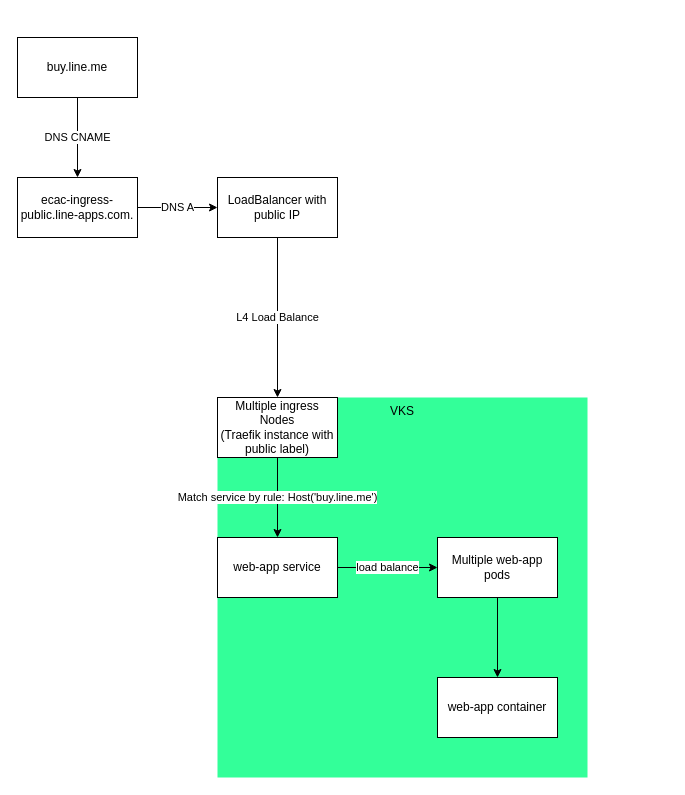
Earlier version of the draw.io diagram ecac_vks_network.drawio (Asing1001/system-diagrams). Source tidied: cells renumbered, new cells numbered last; positions are measured from the earlier drawing's top-left corner, leaving out a move shared by most shapes. Both pictures are drawn from the tidied source at 100%, with x=0, y=0 at pixel (17, 37).
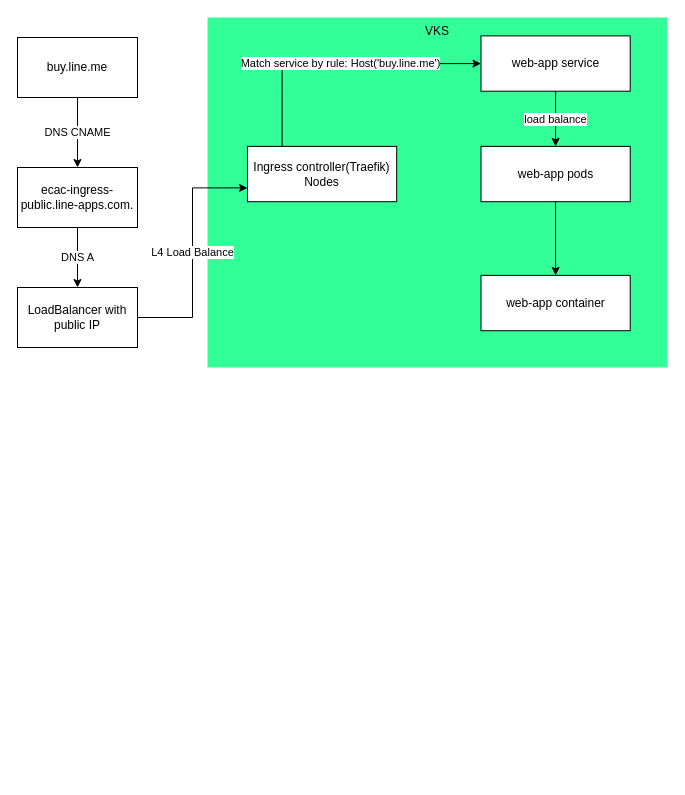
Above is the later version.

What changed in the source:
```diff
@@
 <mxGraphModel>
   <root>
     <mxCell id="0" />
     <mxCell id="1" parent="0" />
     <mxCell id="2" value="DNS A" style="edgeStyle=orthogonalEdgeStyle;rounded=0;jettySize=auto;html=1;" parent="1" edge="1" source="3" target="7">
       <mxGeometry relative="1" as="geometry" />
     </mxCell>
     <mxCell id="3" value="ecac-ingress-public.line-apps.com." style="rounded=0;whiteSpace=wrap;html=1;" parent="1" vertex="1">
-      <mxGeometry y="140" width="120" height="60" as="geometry" />
+      <mxGeometry y="130" width="120" height="60" as="geometry" />
     </mxCell>
     <mxCell id="4" value="DNS CNAME" style="edgeStyle=orthogonalEdgeStyle;rounded=0;jettySize=auto;html=1;" parent="1" edge="1" source="5" target="3">
       <mxGeometry relative="1" as="geometry" />
     </mxCell>
     <mxCell id="5" value="buy.line.me" style="rounded=0;whiteSpace=wrap;html=1;" parent="1" vertex="1">
       <mxGeometry width="120" height="60" as="geometry" />
     </mxCell>
-    <mxCell id="6" value="L4 Load Balance" style="edgeStyle=orthogonalEdgeStyle;rounded=0;jettySize=auto;html=1;" parent="1" edge="1" source="7" target="9">
-      <mxGeometry relative="1" as="geometry" />
-    </mxCell>
     <mxCell id="7" value="LoadBalancer with public IP" style="rounded=0;whiteSpace=wrap;html=1;" parent="1" vertex="1">
-      <mxGeometry x="200" y="140" width="120" height="60" as="geometry" />
+      <mxGeometry y="250" width="120" height="60" as="geometry" />
     </mxCell>
     <mxCell id="8" value="VKS" style="group;fillColor=#33FF99;rounded=0;shadow=0;comic=0;glass=0;" parent="1" vertex="1">
-      <mxGeometry x="200" y="360" width="370" height="380" as="geometry" />
+      <mxGeometry x="190" y="-20" width="460" height="350" as="geometry" />
     </mxCell>
-    <mxCell id="9" value="Multiple ingress Nodes &lt;br&gt;(Traefik instance with public label)" style="rounded=0;whiteSpace=wrap;html=1;" parent="8" vertex="1">
-      <mxGeometry width="120" height="60" as="geometry" />
+    <mxCell id="9" value="Ingress controller(Traefik) Nodes" style="rounded=0;whiteSpace=wrap;html=1;" parent="8" vertex="1">
+      <mxGeometry x="40" y="128.9" width="149.2" height="55.3" as="geometry" />
     </mxCell>
     <mxCell id="10" value="web-app service" style="rounded=0;whiteSpace=wrap;html=1;" parent="8" vertex="1">
-      <mxGeometry y="140" width="120" height="60" as="geometry" />
+      <mxGeometry x="273.5" y="18.4" width="149.2" height="55.3" as="geometry" />
     </mxCell>
     <mxCell id="11" value="Match service by rule: Host('buy.line.me')" style="edgeStyle=orthogonalEdgeStyle;rounded=0;jettySize=auto;html=1;align=center;" parent="8" edge="1" source="9" target="10">
-      <mxGeometry relative="1" as="geometry" />
+      <mxGeometry relative="1" as="geometry">
+        <Array as="points">
+          <mxPoint x="74.6" y="73.7" />
+          <mxPoint x="74.6" y="73.7" />
+        </Array>
+      </mxGeometry>
     </mxCell>
-    <mxCell id="12" value="Multiple web-app pods" style="rounded=0;whiteSpace=wrap;html=1;" parent="8" vertex="1">
-      <mxGeometry x="220" y="140" width="120" height="60" as="geometry" />
+    <mxCell id="12" value="web-app pods" style="rounded=0;whiteSpace=wrap;html=1;" parent="8" vertex="1">
+      <mxGeometry x="273.5" y="128.9" width="149.2" height="55.3" as="geometry" />
     </mxCell>
     <mxCell id="13" value="load balance" style="edgeStyle=orthogonalEdgeStyle;rounded=0;jettySize=auto;html=1;" parent="8" edge="1" source="10" target="12">
       <mxGeometry relative="1" as="geometry" />
     </mxCell>
     <mxCell id="14" value="web-app container" style="rounded=0;whiteSpace=wrap;html=1;" parent="8" vertex="1">
-      <mxGeometry x="220" y="280" width="120" height="60" as="geometry" />
+      <mxGeometry x="273.5" y="257.9" width="149.2" height="55.3" as="geometry" />
     </mxCell>
     <mxCell id="15" style="edgeStyle=orthogonalEdgeStyle;rounded=0;jettySize=auto;html=1;" parent="8" edge="1" source="12" target="14">
       <mxGeometry relative="1" as="geometry" />
     </mxCell>
+    <mxCell id="6" value="L4 Load Balance" style="edgeStyle=orthogonalEdgeStyle;rounded=0;jettySize=auto;html=1;exitX=1;exitY=0.5;exitDx=0;exitDy=0;entryX=0;entryY=0.75;entryDx=0;entryDy=0;" parent="1" edge="1" source="7" target="9">
+      <mxGeometry relative="1" as="geometry" />
+    </mxCell>
   </root>
 </mxGraphModel>
```
